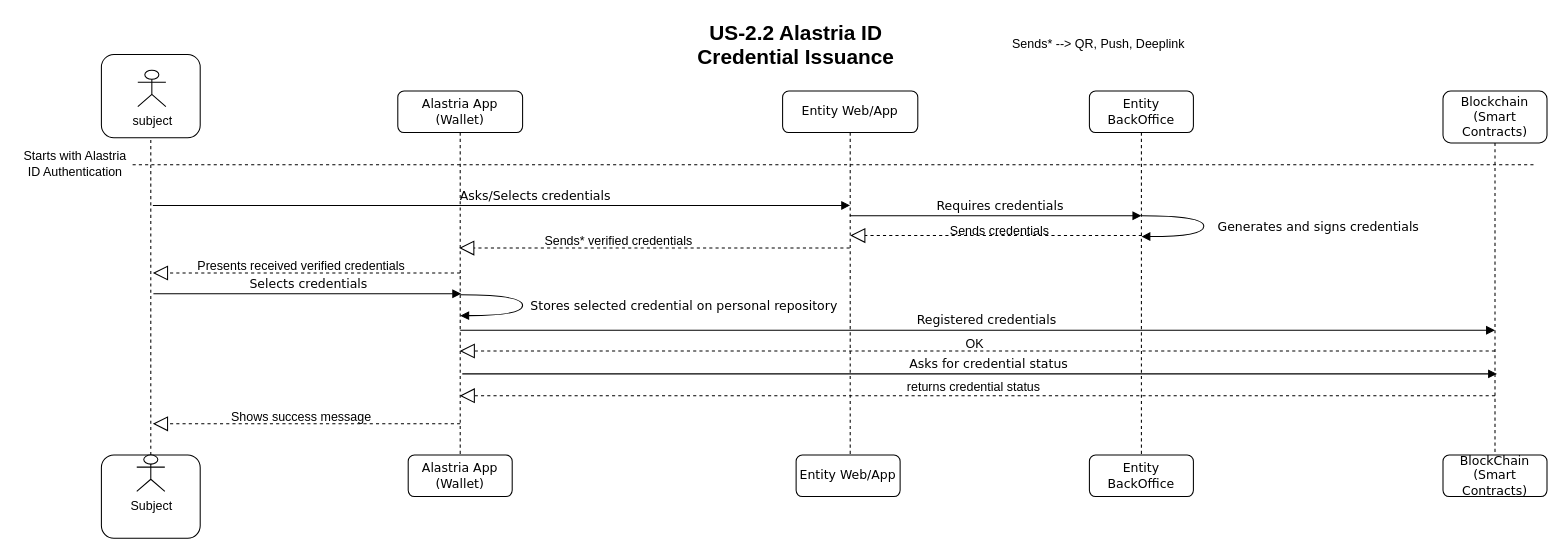
The draw.io diagram page "US-2.2 Alastria ID Credential Issuance" (3 of 12) of docs/diagrams/AlastriaDiagramsUS.drawio in alastria/alastria-identity, before the edit. Source tidied: cells renumbered, new cells numbered last; positions are measured from the earlier drawing's top-left corner, leaving out a move shared by most shapes. Both pictures are drawn from the tidied source at 104%, with x=0, y=0 at pixel (18, 18).
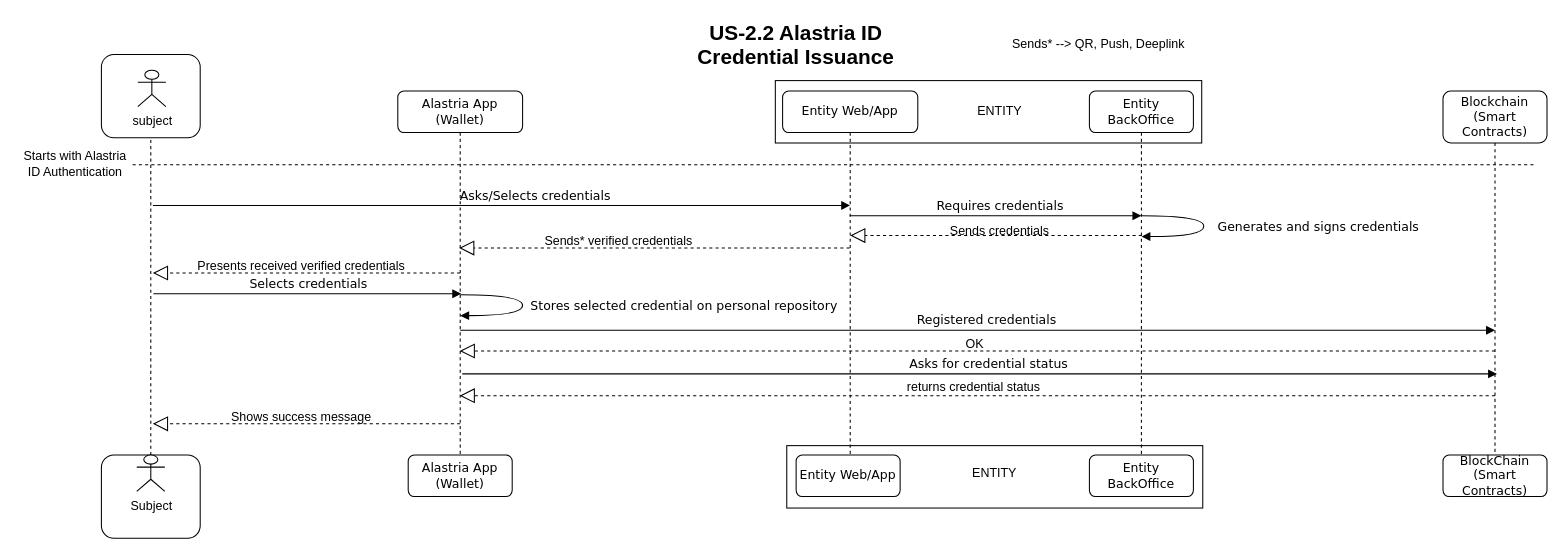
Above is the later version.

Diff of the diagram source:
```diff
@@
+    <mxCell id="38" style="rounded=0;whiteSpace=wrap;html=1;" parent="1" vertex="1">
+      <mxGeometry x="739" y="411" width="400" height="60" as="geometry" />
+    </mxCell>
+    <mxCell id="39" style="rounded=0;whiteSpace=wrap;html=1;" parent="1" vertex="1">
+      <mxGeometry x="728" y="60" width="410" height="60" as="geometry" />
+    </mxCell>
@@
+    <mxCell id="40" value="ENTITY" style="text;html=1;strokeColor=none;fillColor=none;align=center;verticalAlign=middle;whiteSpace=wrap;rounded=0;" parent="1" vertex="1">
+      <mxGeometry x="924" y="80" width="40" height="20" as="geometry" />
+    </mxCell>
+    <mxCell id="41" value="ENTITY" style="text;html=1;strokeColor=none;fillColor=none;align=center;verticalAlign=middle;whiteSpace=wrap;rounded=0;" parent="1" vertex="1">
+      <mxGeometry x="919" y="427.5" width="40" height="20" as="geometry" />
+    </mxCell>
```
